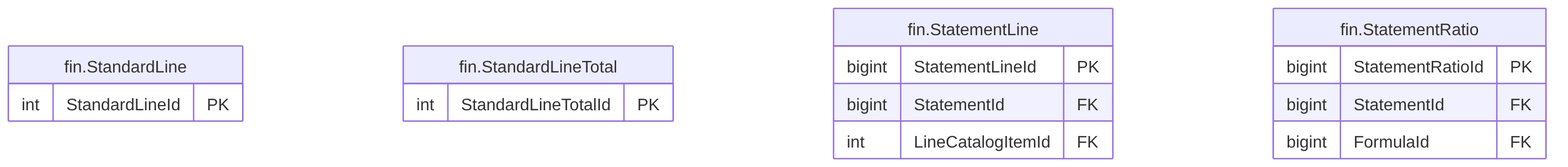
The Mermaid diagram treasury-platform/docs/diagrams/erd/m5_financials_12.png in thawrasy/smartlines, before a commit. Its source is kept beside it as treasury-platform/docs/diagrams/erd/m5_financials_12.mmd.
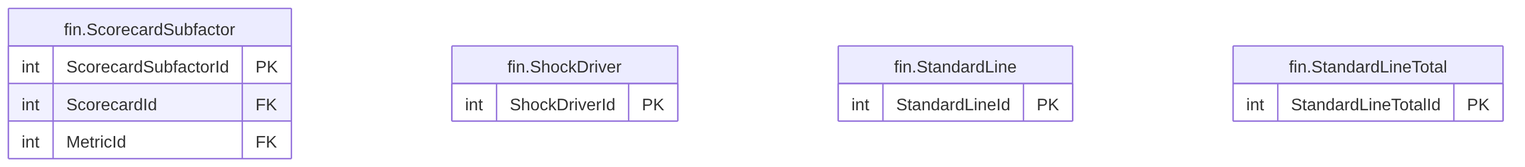
Above is the later version.

Change to the diagram source:
```diff
@@ -1,17 +1,15 @@
 erDiagram
+  fin_ScorecardSubfactor["fin.ScorecardSubfactor"] {
+    int ScorecardSubfactorId PK
+    int ScorecardId FK
+    int MetricId FK
+  }
+  fin_ShockDriver["fin.ShockDriver"] {
+    int ShockDriverId PK
+  }
   fin_StandardLine["fin.StandardLine"] {
     int StandardLineId PK
   }
   fin_StandardLineTotal["fin.StandardLineTotal"] {
     int StandardLineTotalId PK
   }
-  fin_StatementLine["fin.StatementLine"] {
-    bigint StatementLineId PK
-    bigint StatementId FK
-    int LineCatalogItemId FK
-  }
-  fin_StatementRatio["fin.StatementRatio"] {
-    bigint StatementRatioId PK
-    bigint StatementId FK
-    bigint FormulaId FK
-  }
```
